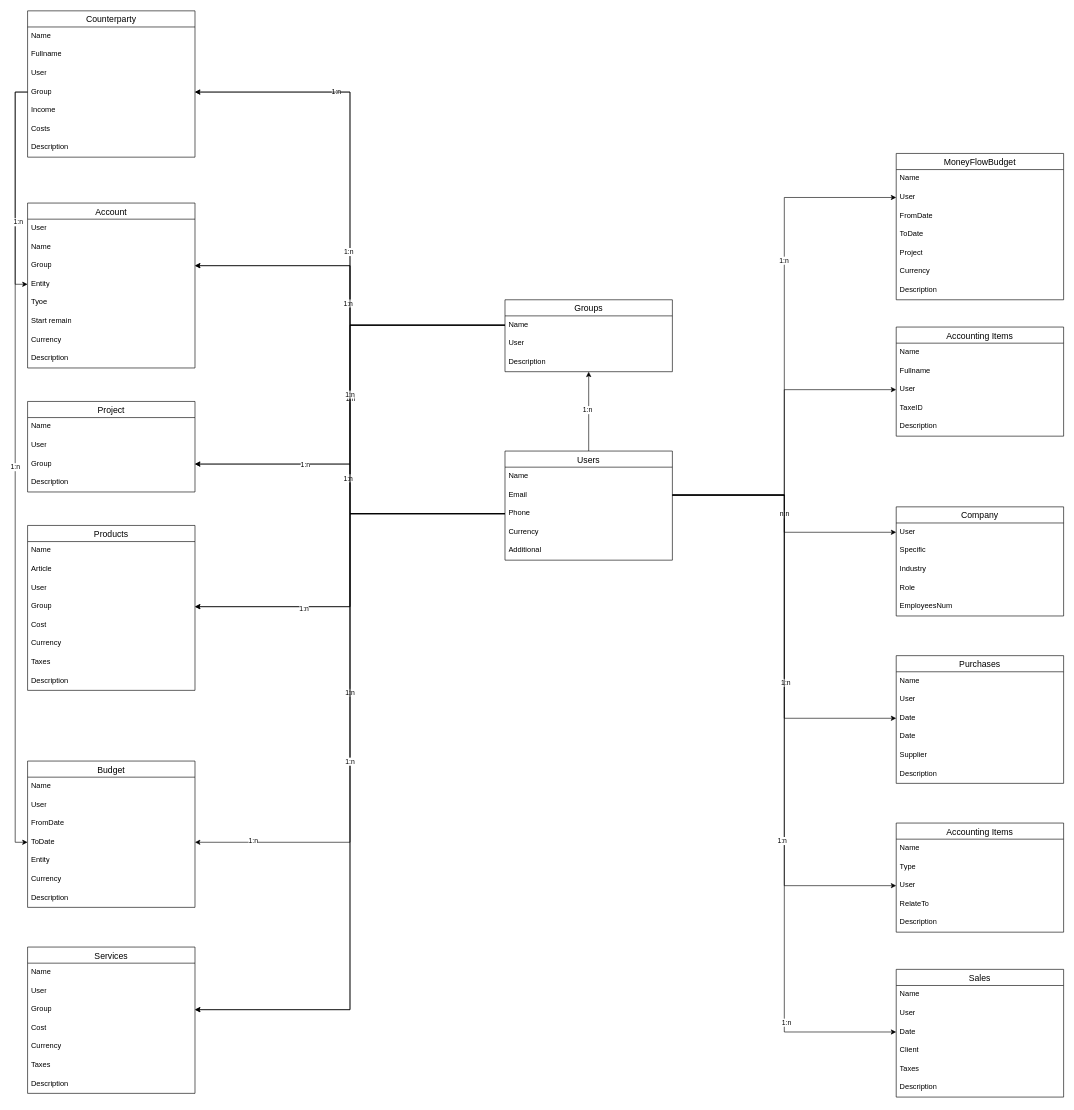
Above: DB Scemas.drawio in tlum1/CRMArchitecture (draw.io), before the change. Source tidied: cells renumbered, new cells numbered last; positions are measured from the earlier drawing's top-left corner, leaving out a move shared by most shapes. Both pictures are drawn from the tidied source at 62%, with x=0, y=0 at pixel (27, 11).
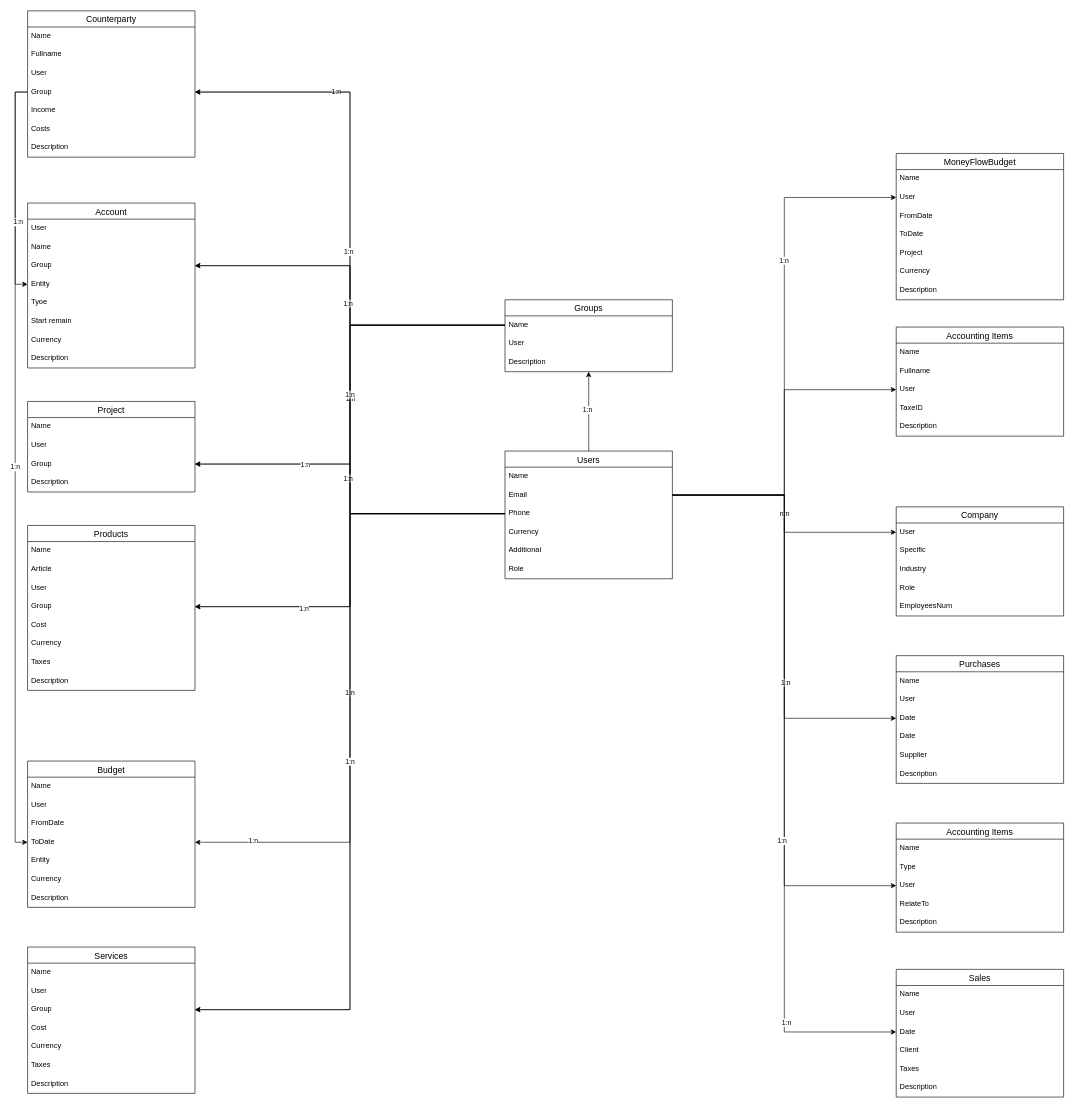
The same page after the edit.

Diff of the diagram source:
```diff
@@
     <mxCell id="6" value="Users" style="swimlane;fontStyle=0;horizontal=1;startSize=26;align=center;fontSize=14;" parent="1" vertex="1">
-      <mxGeometry x="770" y="710" width="270" height="176" as="geometry" />
+      <mxGeometry x="770" y="710" width="270" height="206" as="geometry" />
     </mxCell>
@@
+    <mxCell id="134" value="Role" style="text;strokeColor=none;fillColor=none;spacingLeft=4;spacingRight=4;overflow=hidden;fontSize=12;whiteSpace=wrap;html=1;" parent="6" vertex="1">
+      <mxGeometry y="176" width="270" height="30" as="geometry" />
+    </mxCell>
```
